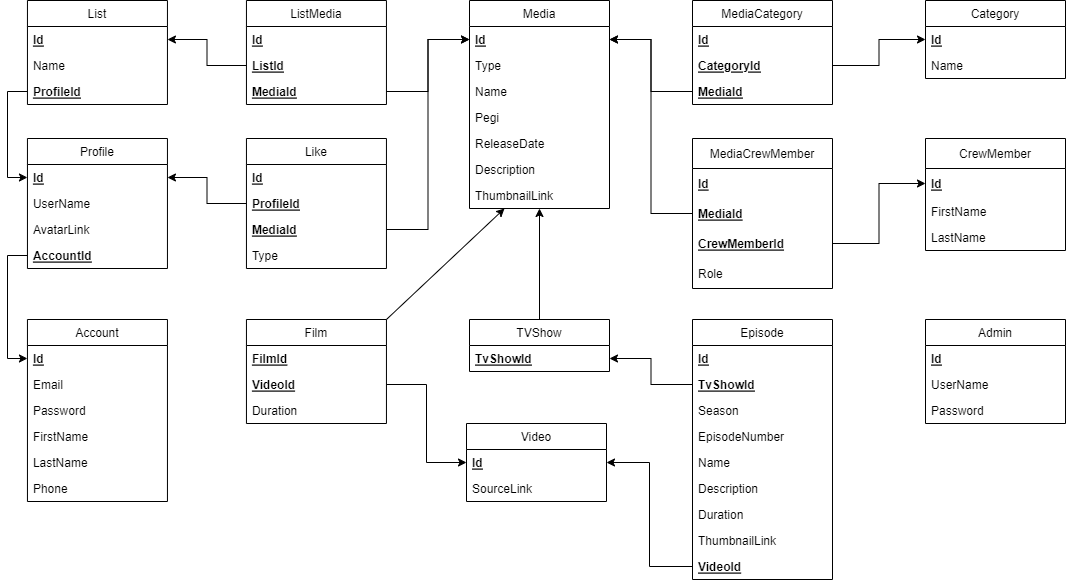
The draw.io diagram ClassDiagram.png in Guiliguigui/GuiFlix, before a commit. Source tidied: cells renumbered, new cells last; positions are measured from the earlier drawing's top-left corner, leaving out a move shared by most shapes.
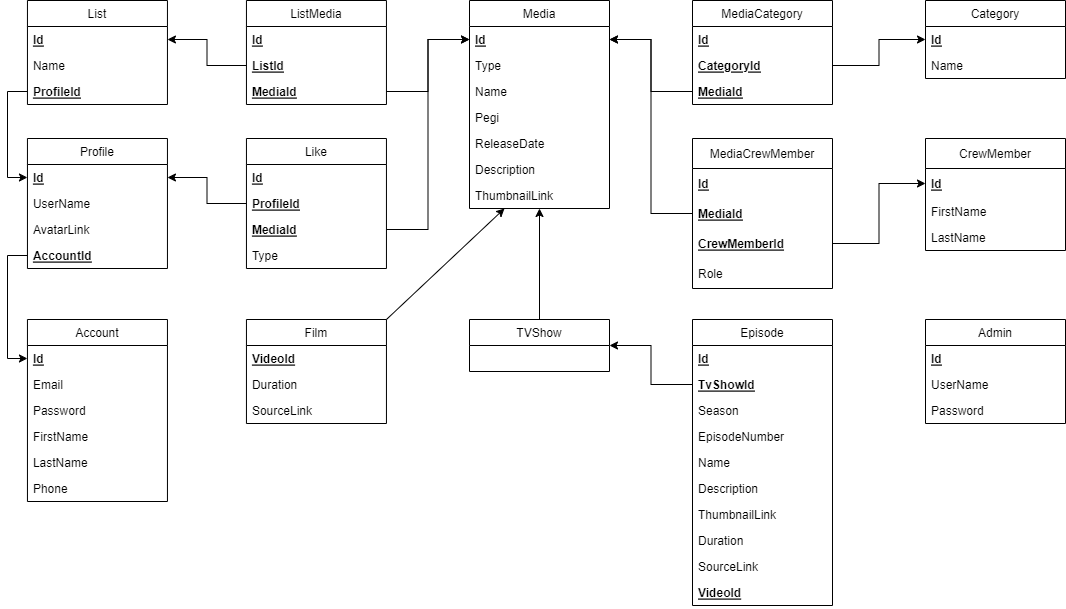
After the commit.

Change to the diagram source:
```diff
@@ -17,17 +17,8 @@
     <mxCell id="6" value="AccountId" style="text;strokeColor=none;fillColor=none;align=left;verticalAlign=top;spacingLeft=4;spacingRight=4;overflow=hidden;points=[[0,0.5],[1,0.5]];portConstraint=eastwest;fontStyle=5;rounded=0;" parent="2" vertex="1">
       <mxGeometry y="104" width="140" height="26" as="geometry" />
     </mxCell>
-    <mxCell id="7" value="Video" style="swimlane;fontStyle=0;horizontal=1;startSize=26;fillColor=none;rounded=0;" parent="1" vertex="1">
-      <mxGeometry x="439" y="423" width="140" height="78" as="geometry" />
-    </mxCell>
-    <mxCell id="8" value="Id" style="text;strokeColor=none;fillColor=none;align=left;verticalAlign=top;spacingLeft=4;spacingRight=4;overflow=hidden;points=[[0,0.5],[1,0.5]];portConstraint=eastwest;fontStyle=5;rounded=0;" parent="7" vertex="1">
-      <mxGeometry y="26" width="140" height="26" as="geometry" />
-    </mxCell>
-    <mxCell id="9" value="SourceLink" style="text;strokeColor=none;fillColor=none;align=left;verticalAlign=top;spacingLeft=4;spacingRight=4;overflow=hidden;rounded=0;" parent="7" vertex="1">
-      <mxGeometry y="52" width="140" height="26" as="geometry" />
-    </mxCell>
     <mxCell id="10" value="Episode" style="swimlane;fontStyle=0;horizontal=1;startSize=26;fillColor=none;rounded=0;" parent="1" vertex="1">
-      <mxGeometry x="665" y="319" width="140" height="260" as="geometry" />
+      <mxGeometry x="665" y="319" width="140" height="286" as="geometry" />
     </mxCell>
     <mxCell id="11" value="Id" style="text;strokeColor=none;fillColor=none;align=left;verticalAlign=top;spacingLeft=4;spacingRight=4;overflow=hidden;fontStyle=5;rounded=0;" parent="10" vertex="1">
       <mxGeometry y="26" width="140" height="26" as="geometry" />
@@ -47,33 +38,33 @@
     <mxCell id="16" value="Description" style="text;strokeColor=none;fillColor=none;align=left;verticalAlign=top;spacingLeft=4;spacingRight=4;overflow=hidden;rounded=0;" parent="10" vertex="1">
       <mxGeometry y="156" width="140" height="26" as="geometry" />
     </mxCell>
+    <mxCell id="18" value="ThumbnailLink" style="text;strokeColor=none;fillColor=none;align=left;verticalAlign=top;spacingLeft=4;spacingRight=4;overflow=hidden;rounded=0;" parent="10" vertex="1">
+      <mxGeometry y="182" width="140" height="26" as="geometry" />
+    </mxCell>
     <mxCell id="17" value="Duration" style="text;strokeColor=none;fillColor=none;align=left;verticalAlign=top;spacingLeft=4;spacingRight=4;overflow=hidden;rounded=0;" parent="10" vertex="1">
-      <mxGeometry y="182" width="140" height="26" as="geometry" />
+      <mxGeometry y="208" width="140" height="26" as="geometry" />
     </mxCell>
-    <mxCell id="18" value="ThumbnailLink" style="text;strokeColor=none;fillColor=none;align=left;verticalAlign=top;spacingLeft=4;spacingRight=4;overflow=hidden;rounded=0;" parent="10" vertex="1">
-      <mxGeometry y="208" width="140" height="26" as="geometry" />
-    </mxCell>
+    <mxCell id="89" value="SourceLink" style="text;strokeColor=none;fillColor=none;align=left;verticalAlign=top;spacingLeft=4;spacingRight=4;overflow=hidden;rounded=0;" parent="10" vertex="1">
+      <mxGeometry y="234" width="140" height="26" as="geometry" />
+    </mxCell>
     <mxCell id="19" value="VideoId" style="text;strokeColor=none;fillColor=none;align=left;verticalAlign=top;spacingLeft=4;spacingRight=4;overflow=hidden;points=[[0,0.5],[1,0.5]];portConstraint=eastwest;fontStyle=5;rounded=0;" parent="10" vertex="1">
-      <mxGeometry y="234" width="140" height="26" as="geometry" />
+      <mxGeometry y="260" width="140" height="26" as="geometry" />
     </mxCell>
     <mxCell id="20" value="TVShow" style="swimlane;fontStyle=0;horizontal=1;startSize=26;fillColor=none;rounded=0;" parent="1" vertex="1">
       <mxGeometry x="442" y="319" width="140" height="52" as="geometry" />
     </mxCell>
-    <mxCell id="21" value="TvShowId" style="text;strokeColor=none;fillColor=none;align=left;verticalAlign=top;spacingLeft=4;spacingRight=4;overflow=hidden;points=[[0,0.5],[1,0.5]];portConstraint=eastwest;fontStyle=5;rounded=0;" parent="20" vertex="1">
-      <mxGeometry y="26" width="140" height="26" as="geometry" />
-    </mxCell>
     <mxCell id="22" value="Film" style="swimlane;fontStyle=0;horizontal=1;startSize=26;fillColor=none;rounded=0;" parent="1" vertex="1">
       <mxGeometry x="218.9" y="319" width="140" height="104" as="geometry" />
     </mxCell>
-    <mxCell id="23" value="FilmId" style="text;strokeColor=none;fillColor=none;align=left;verticalAlign=top;spacingLeft=4;spacingRight=4;overflow=hidden;fontStyle=5;rounded=0;" parent="22" vertex="1">
-      <mxGeometry y="26" width="140" height="26" as="geometry" />
-    </mxCell>
     <mxCell id="24" value="VideoId" style="text;strokeColor=none;fillColor=none;align=left;verticalAlign=top;spacingLeft=4;spacingRight=4;overflow=hidden;points=[[0,0.5],[1,0.5]];portConstraint=eastwest;fontStyle=5;rounded=0;" parent="22" vertex="1">
-      <mxGeometry y="52" width="140" height="26" as="geometry" />
+      <mxGeometry y="26" width="140" height="26" as="geometry" />
     </mxCell>
     <mxCell id="25" value="Duration" style="text;strokeColor=none;fillColor=none;align=left;verticalAlign=top;spacingLeft=4;spacingRight=4;overflow=hidden;rounded=0;" parent="22" vertex="1">
-      <mxGeometry y="78" width="140" height="26" as="geometry" />
+      <mxGeometry y="52" width="140" height="26" as="geometry" />
     </mxCell>
+    <mxCell id="90" value="SourceLink" style="text;strokeColor=none;fillColor=none;align=left;verticalAlign=top;spacingLeft=4;spacingRight=4;overflow=hidden;rounded=0;" parent="22" vertex="1">
+      <mxGeometry y="78" width="140" height="26" as="geometry" />
+    </mxCell>
     <mxCell id="26" value="List" style="swimlane;fontStyle=0;horizontal=1;startSize=26;fillColor=none;rounded=0;" parent="1" vertex="1">
       <mxGeometry x="-0.1" width="140" height="104" as="geometry" />
     </mxCell>
@@ -242,9 +233,6 @@
     <mxCell id="81" style="edgeStyle=orthogonalEdgeStyle;rounded=0;jumpSize=6;jettySize=auto;html=1;exitX=1;exitY=0.5;exitDx=0;exitDy=0;entryX=0;entryY=0.5;entryDx=0;entryDy=0;" parent="1" edge="1" source="45" target="31">
       <mxGeometry relative="1" as="geometry" />
     </mxCell>
-    <mxCell id="82" style="edgeStyle=orthogonalEdgeStyle;rounded=0;jumpSize=6;jettySize=auto;html=1;exitX=0;exitY=0.5;exitDx=0;exitDy=0;entryX=1;entryY=0.5;entryDx=0;entryDy=0;" parent="1" edge="1" source="12" target="21">
-      <mxGeometry relative="1" as="geometry" />
-    </mxCell>
     <mxCell id="83" value="Admin" style="swimlane;fontStyle=0;horizontal=1;startSize=26;fillColor=none;" parent="1" vertex="1">
       <mxGeometry x="898" y="319" width="140" height="104" as="geometry" />
     </mxCell>
@@ -257,11 +245,8 @@
     <mxCell id="86" value="Password" style="text;strokeColor=none;fillColor=none;align=left;verticalAlign=top;spacingLeft=4;spacingRight=4;overflow=hidden;rounded=0;" parent="83" vertex="1">
       <mxGeometry y="78" width="140" height="26" as="geometry" />
     </mxCell>
-    <mxCell id="87" style="edgeStyle=orthogonalEdgeStyle;rounded=0;jumpSize=6;jettySize=auto;html=1;exitX=1;exitY=0.5;exitDx=0;exitDy=0;entryX=0;entryY=0.5;entryDx=0;entryDy=0;" parent="1" edge="1" source="24" target="8">
-      <mxGeometry relative="1" as="geometry" />
-    </mxCell>
-    <mxCell id="88" style="edgeStyle=orthogonalEdgeStyle;rounded=0;jumpSize=6;jettySize=auto;html=1;exitX=0;exitY=0.5;exitDx=0;exitDy=0;entryX=1;entryY=0.5;entryDx=0;entryDy=0;" parent="1" edge="1" source="19" target="8">
-      <mxGeometry relative="1" as="geometry" />
-    </mxCell>
+    <mxCell id="91" style="edgeStyle=orthogonalEdgeStyle;rounded=0;jettySize=auto;html=1;exitX=0;exitY=0.5;exitDx=0;exitDy=0;" parent="1" edge="1" source="12" target="20">
+      <mxGeometry relative="1" as="geometry" />
+    </mxCell>
   </root>
 </mxGraphModel>
```
